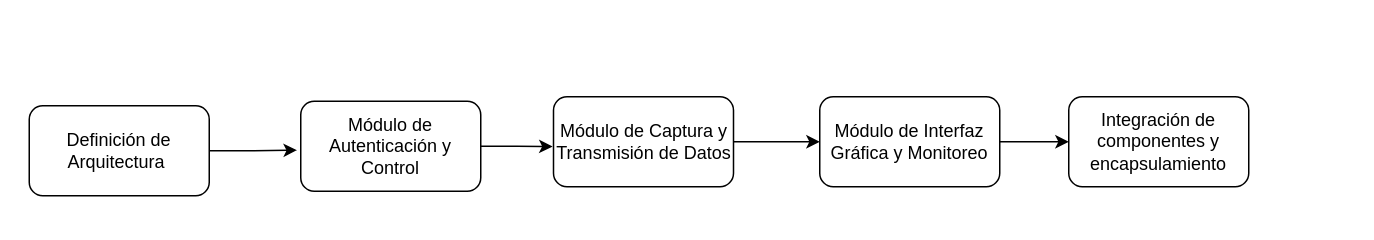
Sasarindo00/Ingenieria-6semestre keeps this draw.io diagram as modulos.drawio. Above is the earlier version. Source tidied: cells renumbered, new cells numbered last; positions are measured from the earlier drawing's top-left corner, leaving out a move shared by most shapes. Both pictures are drawn from the tidied source at 150%, with x=0, y=0 at pixel (28, 96).
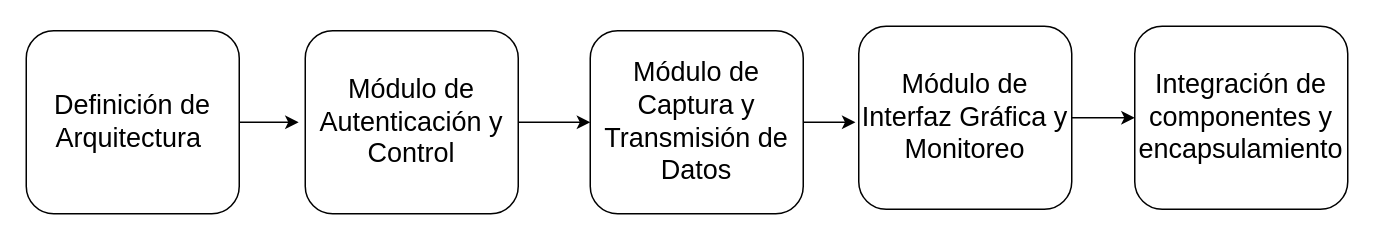
After the change.

What changed in the source:
```diff
@@
 <mxGraphModel>
   <root>
     <mxCell id="0" />
     <mxCell id="1" parent="0" />
-    <mxCell id="2" style="edgeStyle=orthogonalEdgeStyle;rounded=0;jettySize=auto;html=1;exitX=1;exitY=0.5;exitDx=0;exitDy=0;" parent="1" edge="1" source="3">
-      <mxGeometry relative="1" as="geometry">
-        <mxPoint x="178.5" y="35.6" as="targetPoint" />
-      </mxGeometry>
-    </mxCell>
+    <mxCell id="11" style="edgeStyle=orthogonalEdgeStyle;rounded=0;jettySize=auto;html=1;exitX=1;exitY=0.5;exitDx=0;exitDy=0;" parent="1" edge="1" source="3">
+      <mxGeometry relative="1" as="geometry">
+        <mxPoint x="179.6" y="17" as="targetPoint" />
+      </mxGeometry>
+    </mxCell>
-    <mxCell id="3" value="Definición de Arquitectura&amp;nbsp;" style="rounded=1;whiteSpace=wrap;html=1;" parent="1" vertex="1">
-      <mxGeometry y="6" width="120" height="60" as="geometry" />
+    <mxCell id="3" value="&lt;font style=&quot;font-size: 18px;&quot;&gt;Definición de Arquitectura&amp;nbsp;&lt;/font&gt;" style="rounded=1;whiteSpace=wrap;html=1;" parent="1" vertex="1">
+      <mxGeometry x="-2" y="-44" width="142" height="122" as="geometry" />
     </mxCell>
-    <mxCell id="4" style="edgeStyle=orthogonalEdgeStyle;rounded=0;jettySize=auto;html=1;exitX=1;exitY=0.5;exitDx=0;exitDy=0;" parent="1" edge="1" source="5">
-      <mxGeometry relative="1" as="geometry">
-        <mxPoint x="348.9" y="33.2" as="targetPoint" />
-      </mxGeometry>
-    </mxCell>
+    <mxCell id="12" style="edgeStyle=orthogonalEdgeStyle;rounded=0;jettySize=auto;html=1;exitX=1;exitY=0.5;exitDx=0;exitDy=0;entryX=0;entryY=0.5;entryDx=0;entryDy=0;" parent="1" edge="1" source="5" target="7">
+      <mxGeometry relative="1" as="geometry" />
+    </mxCell>
-    <mxCell id="5" value="Módulo de Autenticación y Control" style="rounded=1;whiteSpace=wrap;html=1;" parent="1" vertex="1">
-      <mxGeometry x="181" y="3" width="120" height="60" as="geometry" />
+    <mxCell id="5" value="&lt;font style=&quot;font-size: 18px;&quot;&gt;Módulo de Autenticación y Control&lt;/font&gt;" style="rounded=1;whiteSpace=wrap;html=1;" parent="1" vertex="1">
+      <mxGeometry x="184" y="-44" width="142" height="122" as="geometry" />
     </mxCell>
-    <mxCell id="6" style="edgeStyle=orthogonalEdgeStyle;rounded=0;jettySize=auto;html=1;exitX=1;exitY=0.5;exitDx=0;exitDy=0;" parent="1" edge="1" source="7" target="9">
-      <mxGeometry relative="1" as="geometry" />
-    </mxCell>
+    <mxCell id="13" style="edgeStyle=orthogonalEdgeStyle;rounded=0;jettySize=auto;html=1;exitX=1;exitY=0.5;exitDx=0;exitDy=0;" parent="1" edge="1" source="7">
+      <mxGeometry relative="1" as="geometry">
+        <mxPoint x="550.8" y="17" as="targetPoint" />
+      </mxGeometry>
+    </mxCell>
-    <mxCell id="7" value="Módulo de Captura y Transmisión de Datos" style="rounded=1;whiteSpace=wrap;html=1;" parent="1" vertex="1">
-      <mxGeometry x="349.5" width="120" height="60" as="geometry" />
+    <mxCell id="7" value="&lt;font style=&quot;font-size: 18px;&quot;&gt;Módulo de Captura y Transmisión de Datos&lt;/font&gt;" style="rounded=1;whiteSpace=wrap;html=1;" parent="1" vertex="1">
+      <mxGeometry x="374" y="-44" width="142" height="122" as="geometry" />
     </mxCell>
     <mxCell id="8" style="edgeStyle=orthogonalEdgeStyle;rounded=0;jettySize=auto;html=1;exitX=1;exitY=0.5;exitDx=0;exitDy=0;entryX=0;entryY=0.5;entryDx=0;entryDy=0;" parent="1" edge="1" source="9" target="10">
       <mxGeometry relative="1" as="geometry" />
     </mxCell>
-    <mxCell id="9" value="Módulo de Interfaz Gráfica y Monitoreo" style="rounded=1;whiteSpace=wrap;html=1;" parent="1" vertex="1">
-      <mxGeometry x="527" width="120" height="60" as="geometry" />
+    <mxCell id="9" value="&lt;font style=&quot;font-size: 18px;&quot;&gt;Módulo de Interfaz Gráfica y Monitoreo&lt;/font&gt;" style="rounded=1;whiteSpace=wrap;html=1;" parent="1" vertex="1">
+      <mxGeometry x="553" y="-47" width="142" height="122" as="geometry" />
     </mxCell>
-    <mxCell id="10" value="Integración de componentes y encapsulamiento" style="rounded=1;whiteSpace=wrap;html=1;" parent="1" vertex="1">
-      <mxGeometry x="693" width="120" height="60" as="geometry" />
+    <mxCell id="10" value="&lt;font style=&quot;font-size: 18px;&quot;&gt;Integración de componentes y encapsulamiento&lt;/font&gt;" style="rounded=1;whiteSpace=wrap;html=1;" parent="1" vertex="1">
+      <mxGeometry x="737" y="-47" width="142" height="122" as="geometry" />
     </mxCell>
   </root>
 </mxGraphModel>
```
